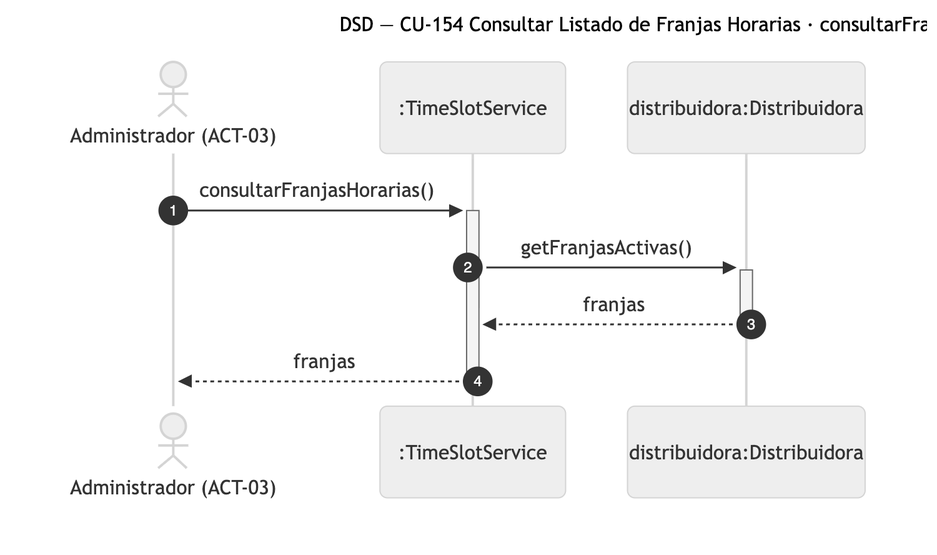
Nahuelito-Dev/splg-docs keeps this Mermaid diagram as diagramas/png/DSD_CU-154_consultarFranjasHorarias.png. Above is the earlier version. Its source is kept beside it as diagramas/DSD_CU-154_consultarFranjasHorarias.mmd. The source it was exported from:
```mermaid
sequenceDiagram
    title DSD — CU-154 Consultar Listado de Franjas Horarias · consultarFranjasHorarias
    autonumber
    actor ADM as Administrador (ACT-03)
    participant SRV as :TimeSlotService
    participant DIS as distribuidora:Distribuidora

    ADM->>+SRV: consultarFranjasHorarias()
    SRV->>+DIS: getFranjasActivas()
    DIS-->>-SRV: franjas
    SRV-->>-ADM: franjas
```
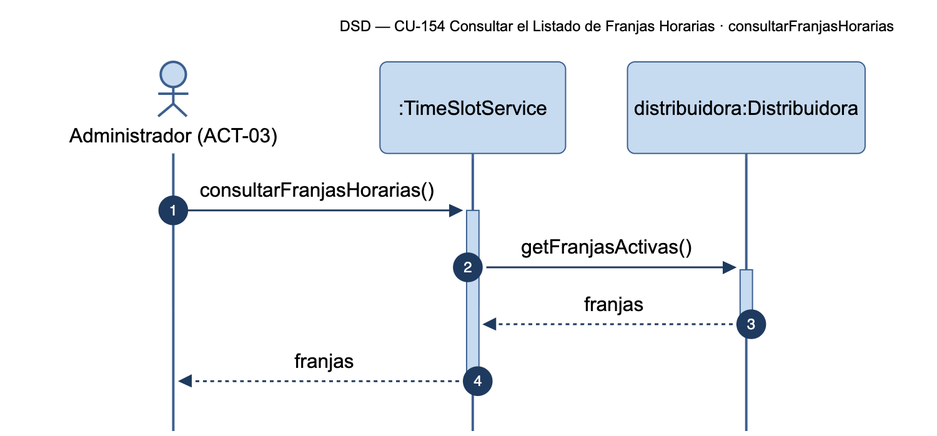
After the commit.

Change to the diagram source:
```diff
@@ -1,5 +1,5 @@
 sequenceDiagram
-    title DSD — CU-154 Consultar Listado de Franjas Horarias · consultarFranjasHorarias
+    title DSD — CU-154 Consultar el Listado de Franjas Horarias · consultarFranjasHorarias
     autonumber
     actor ADM as Administrador (ACT-03)
     participant SRV as :TimeSlotService
```
